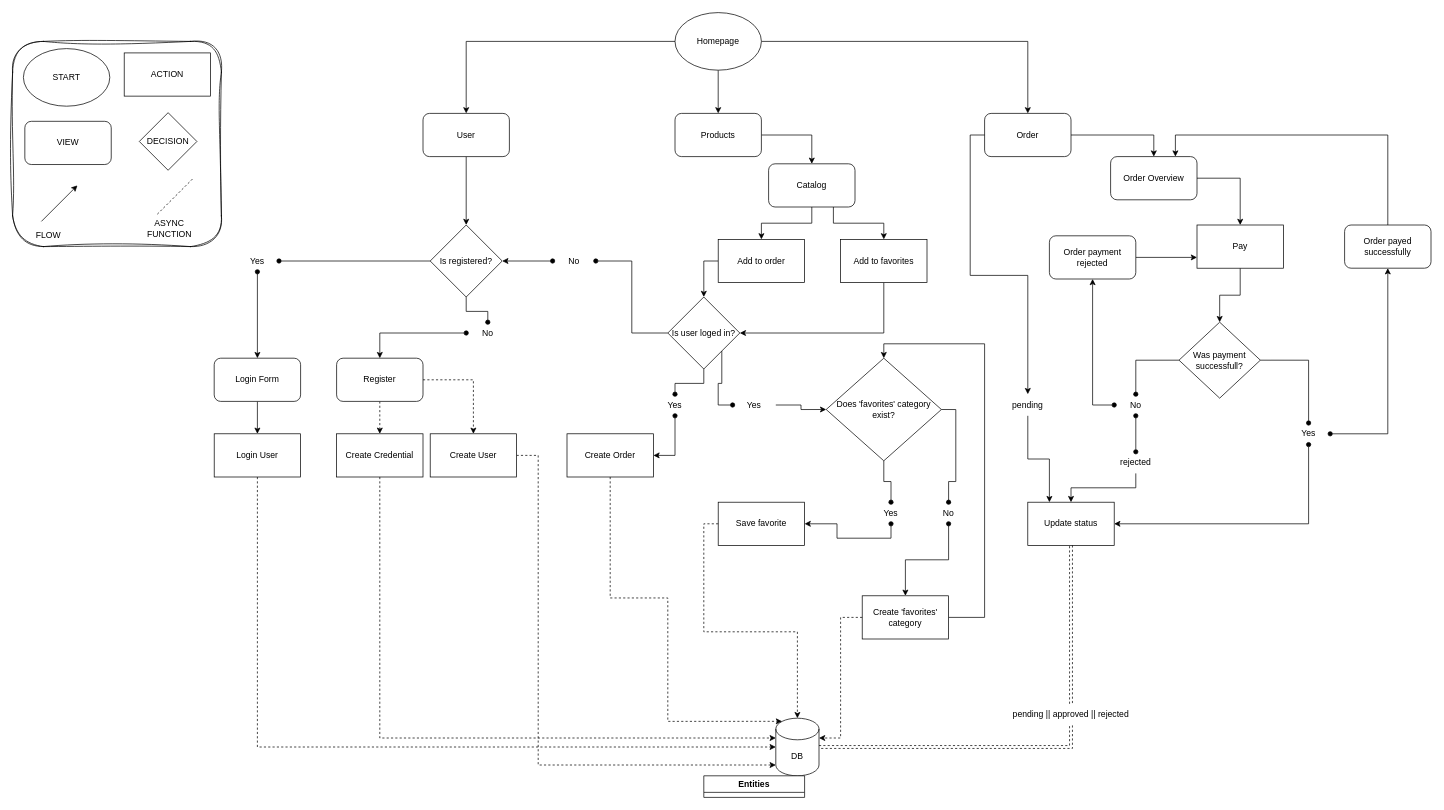
Before: wireframes.drawio in CeszP/M4_Assets, a draw.io diagram. Source tidied: cells renumbered, new cells numbered last; positions are measured from the earlier drawing's top-left corner, leaving out a move shared by most shapes. Both pictures are drawn from the tidied source at 72%, with x=0, y=0 at pixel (12, 12).
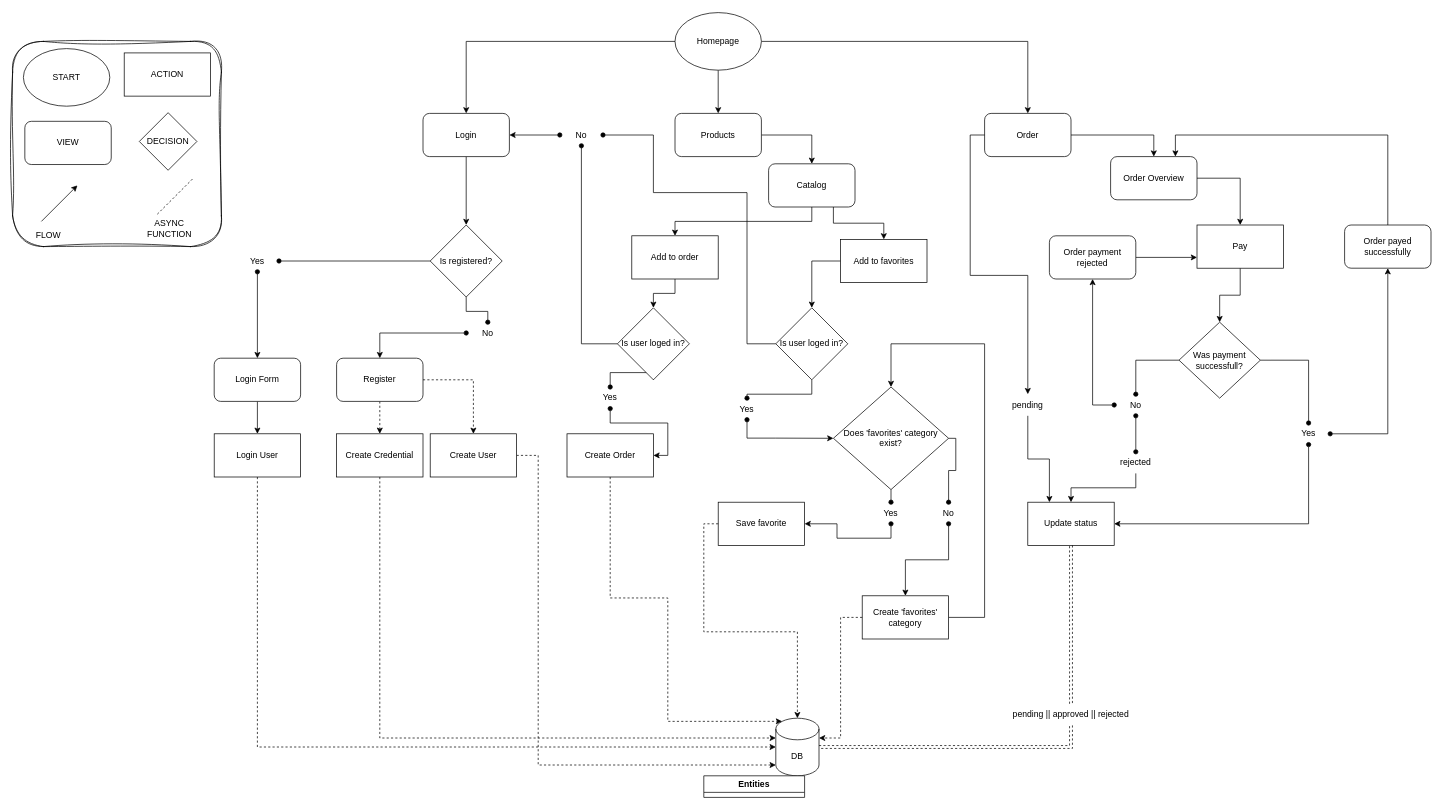
After the change.

Unchanged cells that the change refers to:
```xml
<mxCell id="15" value="Is registered?" style="rhombus;whiteSpace=wrap;html=1;" parent="1" vertex="1">
  <mxGeometry x="580" y="295" width="100" height="100" as="geometry" />
</mxCell>
<mxCell id="37" value="Create Order" style="rounded=0;whiteSpace=wrap;html=1;" parent="1" vertex="1">
  <mxGeometry x="770" y="585" width="120" height="60" as="geometry" />
</mxCell>
<mxCell id="45" value="Add to favorites" style="rounded=0;whiteSpace=wrap;html=1;" parent="1" vertex="1">
  <mxGeometry x="1150" y="315" width="120" height="60" as="geometry" />
</mxCell>
<mxCell id="56" value="Create 'favorites' category" style="rounded=0;whiteSpace=wrap;html=1;" parent="1" vertex="1">
  <mxGeometry x="1180" y="810" width="120" height="60" as="geometry" />
</mxCell>
<mxCell id="60" value="No" style="text;html=1;align=center;verticalAlign=middle;whiteSpace=wrap;rounded=0;" parent="1" vertex="1">
  <mxGeometry x="1270" y="680" width="60" height="30" as="geometry" />
</mxCell>
```

The edit, as a diff of the source:
```diff
@@
-    <mxCell id="10" value="User" style="rounded=1;whiteSpace=wrap;html=1;" parent="1" vertex="1">
+    <mxCell id="10" value="Login" style="rounded=1;whiteSpace=wrap;html=1;" parent="1" vertex="1">
       <mxGeometry x="570" y="140" width="120" height="60" as="geometry" />
     </mxCell>
@@
-    <mxCell id="25" style="edgeStyle=orthogonalEdgeStyle;rounded=0;jettySize=auto;html=1;exitX=0;exitY=0.5;exitDx=0;exitDy=0;entryX=0.5;entryY=0;entryDx=0;entryDy=0;" parent="1" edge="1" source="26" target="30">
+    <mxCell id="25" style="edgeStyle=orthogonalEdgeStyle;rounded=0;jettySize=auto;html=1;exitX=0.5;exitY=1;exitDx=0;exitDy=0;entryX=0.5;entryY=0;entryDx=0;entryDy=0;" parent="1" edge="1" source="26" target="30">
       <mxGeometry relative="1" as="geometry" />
     </mxCell>
     <mxCell id="26" value="Add to order" style="rounded=0;whiteSpace=wrap;html=1;" parent="1" vertex="1">
-      <mxGeometry x="980" y="315" width="120" height="60" as="geometry" />
+      <mxGeometry x="860" y="310" width="120" height="60" as="geometry" />
     </mxCell>
-    <mxCell id="27" style="edgeStyle=orthogonalEdgeStyle;rounded=0;jettySize=auto;html=1;exitX=0;exitY=0.5;exitDx=0;exitDy=0;entryX=1;entryY=0.5;entryDx=0;entryDy=0;startArrow=oval;startFill=1;" parent="1" edge="1" source="32" target="15">
+    <mxCell id="27" style="edgeStyle=orthogonalEdgeStyle;rounded=0;jettySize=auto;html=1;exitX=0;exitY=0.5;exitDx=0;exitDy=0;entryX=1;entryY=0.5;entryDx=0;entryDy=0;startArrow=oval;startFill=1;" parent="1" edge="1" source="32" target="10">
       <mxGeometry relative="1" as="geometry" />
     </mxCell>
     <mxCell id="28" style="edgeStyle=orthogonalEdgeStyle;rounded=0;jettySize=auto;html=1;exitX=0.5;exitY=1;exitDx=0;exitDy=0;entryX=1;entryY=0.5;entryDx=0;entryDy=0;startArrow=oval;startFill=1;" parent="1" edge="1" source="38" target="37">
-      <mxGeometry relative="1" as="geometry" />
+      <mxGeometry relative="1" as="geometry">
+        <Array as="points">
+          <mxPoint x="830" y="570" />
+          <mxPoint x="910" y="570" />
+          <mxPoint x="910" y="615" />
+        </Array>
+      </mxGeometry>
     </mxCell>
     <mxCell id="29" style="edgeStyle=orthogonalEdgeStyle;rounded=0;jettySize=auto;html=1;exitX=0.5;exitY=1;exitDx=0;exitDy=0;entryX=0.5;entryY=0;entryDx=0;entryDy=0;endArrow=oval;endFill=1;" parent="1" edge="1" source="30" target="38">
-      <mxGeometry relative="1" as="geometry" />
+      <mxGeometry relative="1" as="geometry">
+        <Array as="points">
+          <mxPoint x="830" y="500" />
+        </Array>
+      </mxGeometry>
     </mxCell>
     <mxCell id="30" value="Is user loged in?" style="rhombus;whiteSpace=wrap;html=1;" parent="1" vertex="1">
-      <mxGeometry x="910" y="395" width="100" height="100" as="geometry" />
+      <mxGeometry x="840" y="410" width="100" height="100" as="geometry" />
     </mxCell>
-    <mxCell id="31" style="edgeStyle=orthogonalEdgeStyle;rounded=0;jettySize=auto;html=1;exitX=0;exitY=0.5;exitDx=0;exitDy=0;entryX=1;entryY=0.5;entryDx=0;entryDy=0;endArrow=oval;endFill=1;" parent="1" edge="1" source="30" target="32">
-      <mxGeometry relative="1" as="geometry" />
+    <mxCell id="31" style="edgeStyle=orthogonalEdgeStyle;rounded=0;jettySize=auto;html=1;exitX=0;exitY=0.5;exitDx=0;exitDy=0;entryX=0.5;entryY=1;entryDx=0;entryDy=0;endArrow=oval;endFill=1;" parent="1" edge="1" source="30" target="32">
+      <mxGeometry relative="1" as="geometry">
+        <Array as="points">
+          <mxPoint x="790" y="460" />
+        </Array>
+      </mxGeometry>
     </mxCell>
     <mxCell id="32" value="No" style="text;html=1;align=center;verticalAlign=middle;whiteSpace=wrap;rounded=0;" parent="1" vertex="1">
-      <mxGeometry x="750" y="330" width="60" height="30" as="geometry" />
+      <mxGeometry x="760" y="155" width="60" height="30" as="geometry" />
     </mxCell>
@@
     <mxCell id="38" value="Yes" style="text;html=1;align=center;verticalAlign=middle;whiteSpace=wrap;rounded=0;" parent="1" vertex="1">
-      <mxGeometry x="890" y="530" width="60" height="30" as="geometry" />
+      <mxGeometry x="800" y="520" width="60" height="30" as="geometry" />
     </mxCell>
@@
-    <mxCell id="44" style="edgeStyle=orthogonalEdgeStyle;rounded=0;jettySize=auto;html=1;exitX=0.5;exitY=1;exitDx=0;exitDy=0;entryX=1;entryY=0.5;entryDx=0;entryDy=0;" parent="1" edge="1" source="45" target="30">
-      <mxGeometry relative="1" as="geometry" />
-    </mxCell>
+    <mxCell id="98" style="edgeStyle=orthogonalEdgeStyle;rounded=0;jettySize=auto;html=1;exitX=0;exitY=0.5;exitDx=0;exitDy=0;entryX=0.5;entryY=0;entryDx=0;entryDy=0;" parent="1" edge="1" source="45" target="101">
+      <mxGeometry relative="1" as="geometry" />
+    </mxCell>
@@
-    <mxCell id="47" style="edgeStyle=orthogonalEdgeStyle;rounded=0;jettySize=auto;html=1;exitX=1;exitY=1;exitDx=0;exitDy=0;entryX=0;entryY=0.5;entryDx=0;entryDy=0;endArrow=oval;endFill=1;" parent="1" edge="1" source="30" target="49">
-      <mxGeometry relative="1" as="geometry" />
-    </mxCell>
-    <mxCell id="48" style="edgeStyle=orthogonalEdgeStyle;rounded=0;jettySize=auto;html=1;exitX=1;exitY=0.5;exitDx=0;exitDy=0;entryX=0;entryY=0.5;entryDx=0;entryDy=0;" parent="1" edge="1" source="49" target="52">
-      <mxGeometry relative="1" as="geometry" />
+    <mxCell id="48" style="edgeStyle=orthogonalEdgeStyle;rounded=0;jettySize=auto;html=1;exitX=0.5;exitY=1;exitDx=0;exitDy=0;entryX=0;entryY=0.5;entryDx=0;entryDy=0;startArrow=oval;startFill=1;" parent="1" edge="1" source="49" target="52">
+      <mxGeometry relative="1" as="geometry">
+        <Array as="points">
+          <mxPoint x="1020" y="591" />
+          <mxPoint x="1060" y="591" />
+        </Array>
+      </mxGeometry>
     </mxCell>
     <mxCell id="49" value="Yes" style="text;html=1;align=center;verticalAlign=middle;whiteSpace=wrap;rounded=0;" parent="1" vertex="1">
-      <mxGeometry x="1000" y="530" width="60" height="30" as="geometry" />
+      <mxGeometry x="990" y="535.5" width="60" height="30" as="geometry" />
     </mxCell>
@@
     <mxCell id="52" value="Does 'favorites' category exist?" style="rhombus;whiteSpace=wrap;html=1;" parent="1" vertex="1">
-      <mxGeometry x="1130" y="480" width="160" height="142.5" as="geometry" />
+      <mxGeometry x="1140" y="520" width="160" height="142.5" as="geometry" />
     </mxCell>
@@
     <mxCell id="55" style="edgeStyle=orthogonalEdgeStyle;rounded=0;jettySize=auto;html=1;exitX=1;exitY=0.5;exitDx=0;exitDy=0;entryX=0.5;entryY=0;entryDx=0;entryDy=0;" parent="1" edge="1" source="56" target="52">
       <mxGeometry relative="1" as="geometry">
         <Array as="points">
           <mxPoint x="1350" y="840" />
           <mxPoint x="1350" y="460" />
-          <mxPoint x="1210" y="460" />
+          <mxPoint x="1220" y="460" />
         </Array>
       </mxGeometry>
     </mxCell>
@@
     <mxCell id="58" style="edgeStyle=orthogonalEdgeStyle;rounded=0;jettySize=auto;html=1;exitX=1;exitY=0.5;exitDx=0;exitDy=0;entryX=0.5;entryY=0;entryDx=0;entryDy=0;endArrow=oval;endFill=1;" parent="1" edge="1" source="52" target="60">
-      <mxGeometry relative="1" as="geometry" />
+      <mxGeometry relative="1" as="geometry">
+        <Array as="points">
+          <mxPoint x="1310" y="591" />
+          <mxPoint x="1310" y="636" />
+          <mxPoint x="1300" y="636" />
+        </Array>
+      </mxGeometry>
     </mxCell>
@@
+    <mxCell id="99" style="edgeStyle=orthogonalEdgeStyle;rounded=0;jettySize=auto;html=1;exitX=0.5;exitY=1;exitDx=0;exitDy=0;entryX=0.5;entryY=0;entryDx=0;entryDy=0;endArrow=oval;endFill=1;" parent="1" edge="1" source="101" target="49">
+      <mxGeometry relative="1" as="geometry">
+        <Array as="points">
+          <mxPoint x="1110" y="530" />
+          <mxPoint x="1020" y="530" />
+        </Array>
+      </mxGeometry>
+    </mxCell>
+    <mxCell id="100" style="edgeStyle=orthogonalEdgeStyle;rounded=0;jettySize=auto;html=1;exitX=0;exitY=0.5;exitDx=0;exitDy=0;entryX=1;entryY=0.5;entryDx=0;entryDy=0;endArrow=oval;endFill=1;" parent="1" edge="1" source="101" target="32">
+      <mxGeometry relative="1" as="geometry">
+        <Array as="points">
+          <mxPoint x="1020" y="250" />
+          <mxPoint x="890" y="250" />
+          <mxPoint x="890" y="170" />
+        </Array>
+      </mxGeometry>
+    </mxCell>
+    <mxCell id="101" value="Is user loged in?" style="rhombus;whiteSpace=wrap;html=1;" parent="1" vertex="1">
+      <mxGeometry x="1060" y="410" width="100" height="100" as="geometry" />
+    </mxCell>
```
